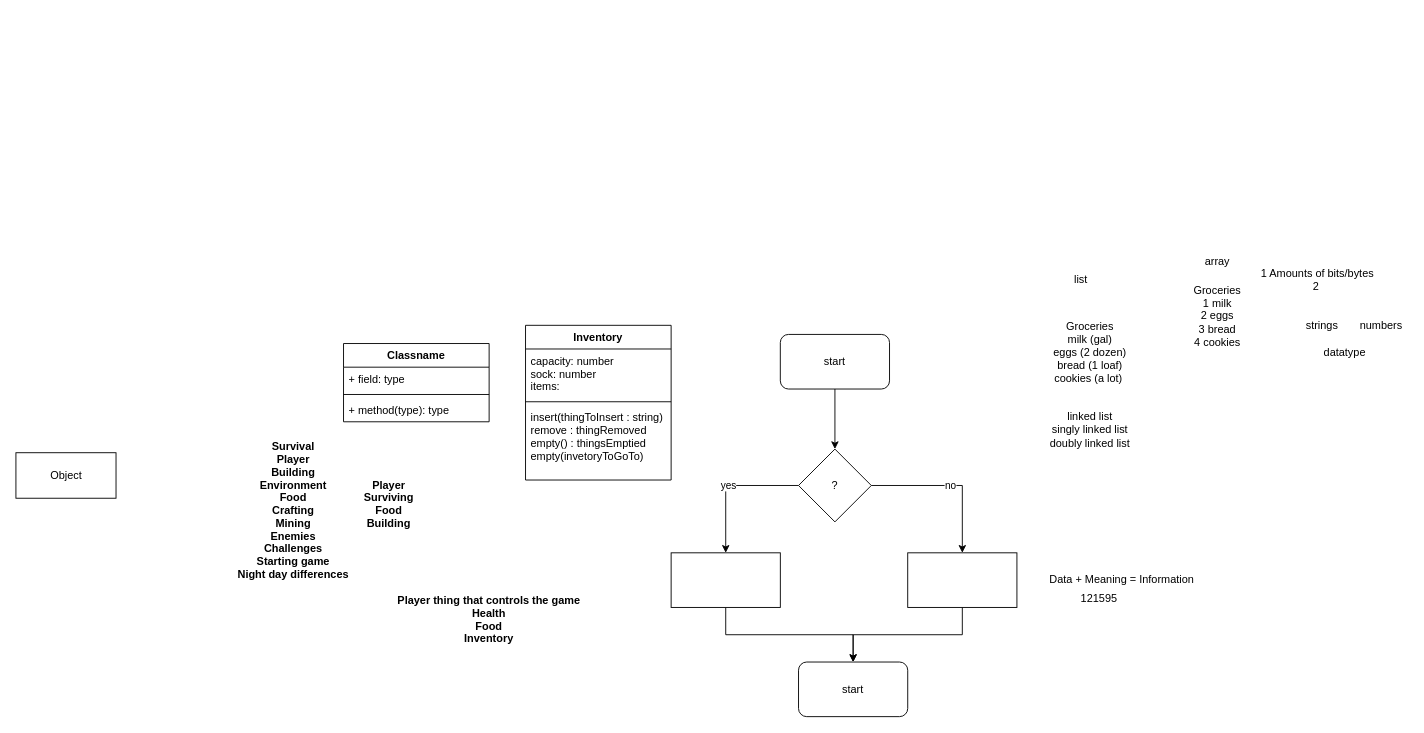
Above: Untitled Diagram.drawio in atimmer1/First-CSCS-1240 (draw.io), before the change. Source tidied: cells renumbered, new cells numbered last; positions are measured from the earlier drawing's top-left corner, leaving out a move shared by most shapes. Both pictures are drawn from the tidied source at 91%, with x=0, y=0 at pixel (15, 252).
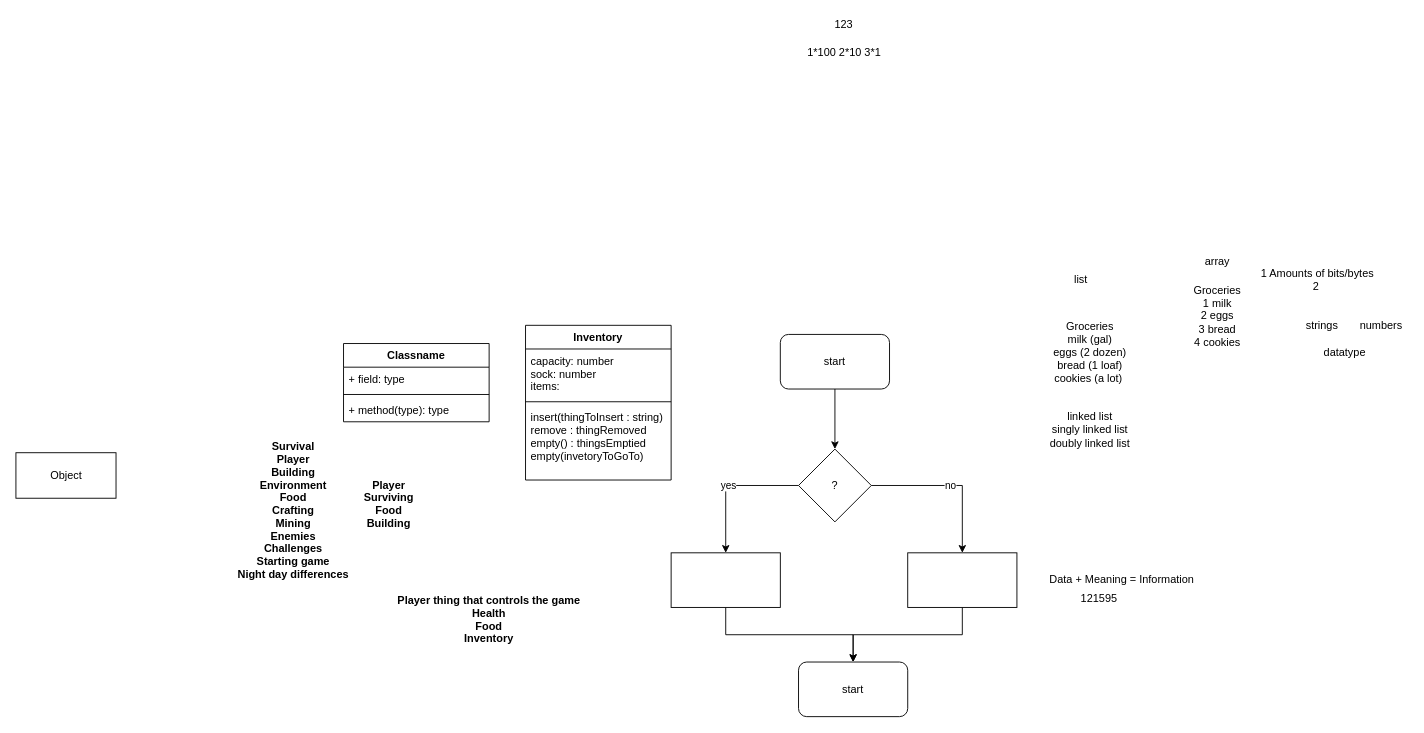
The same page after the edit.

Change to the diagram source:
```diff
@@
+    <mxCell id="35" value="123" style="text;html=1;strokeColor=none;fillColor=none;align=center;verticalAlign=middle;whiteSpace=wrap;rounded=0;" parent="1" vertex="1">
+      <mxGeometry x="890" y="-260" width="40" height="20" as="geometry" />
+    </mxCell>
+    <mxCell id="36" value="1*100 2*10 3*1" style="text;html=1;align=center;verticalAlign=middle;" parent="1" vertex="1">
+      <mxGeometry x="860" y="-230" width="100" height="20" as="geometry" />
+    </mxCell>
```
